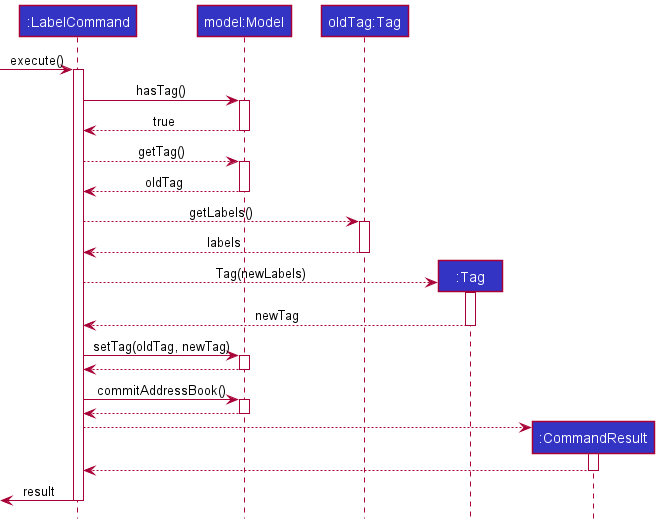
nus-cs2103-AY2021S1/tp keeps this PlantUML diagram as docs/images/LabelCommandSequenceDiagram.png. Above is the earlier version.
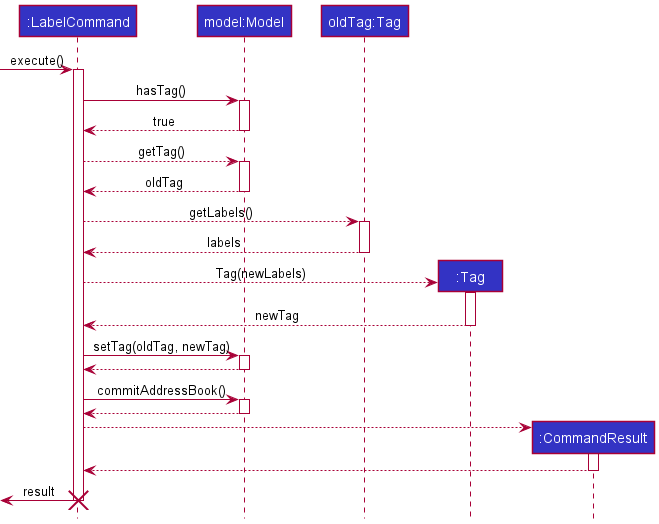
After the commit.

What changed in the source:
```diff
@@ -56,5 +56,6 @@
 
 [<- LabelCommand : result
 deactivate LabelCommand
+destroy LabelCommand
 
 @enduml
```
